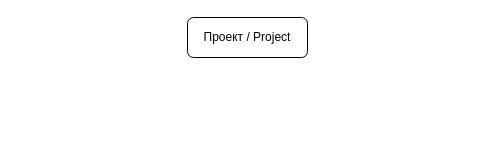
Before: Domain/Resolutions/СостоянияИПравилаПереходов.drawio in davyd0ff/so-line-grls, a draw.io diagram. Source tidied: cells renumbered, new cells numbered last; positions are measured from the earlier drawing's top-left corner, leaving out a move shared by most shapes. Both pictures are drawn from the tidied source at 100%, with x=0, y=0 at pixel (187, 17).
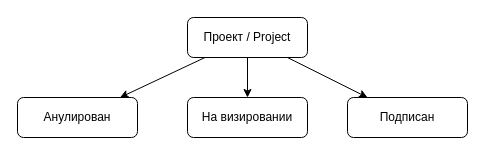
Above is the later version.

The edit, as a diff of the source:
```diff
@@
 <mxGraphModel>
   <root>
     <mxCell id="0" />
     <mxCell id="1" parent="0" />
+    <mxCell id="3" style="rounded=0;jettySize=auto;html=1;" parent="1" edge="1" source="2" target="6">
+      <mxGeometry relative="1" as="geometry" />
+    </mxCell>
+    <mxCell id="4" style="edgeStyle=none;rounded=0;jettySize=auto;html=1;" parent="1" edge="1" source="2" target="7">
+      <mxGeometry relative="1" as="geometry" />
+    </mxCell>
+    <mxCell id="5" style="edgeStyle=none;rounded=0;jettySize=auto;html=1;" parent="1" edge="1" source="2" target="8">
+      <mxGeometry relative="1" as="geometry" />
+    </mxCell>
     <mxCell id="2" value="Проект / Project" style="rounded=1;whiteSpace=wrap;html=1;" parent="1" vertex="1">
       <mxGeometry width="120" height="40" as="geometry" />
     </mxCell>
+    <mxCell id="6" value="Анулирован" style="rounded=1;whiteSpace=wrap;html=1;" parent="1" vertex="1">
+      <mxGeometry x="-170" y="80" width="120" height="40" as="geometry" />
+    </mxCell>
+    <mxCell id="7" value="На визировании" style="rounded=1;whiteSpace=wrap;html=1;" parent="1" vertex="1">
+      <mxGeometry y="80" width="120" height="40" as="geometry" />
+    </mxCell>
+    <mxCell id="8" value="Подписан" style="rounded=1;whiteSpace=wrap;html=1;" parent="1" vertex="1">
+      <mxGeometry x="160" y="80" width="120" height="40" as="geometry" />
+    </mxCell>
   </root>
 </mxGraphModel>
```
